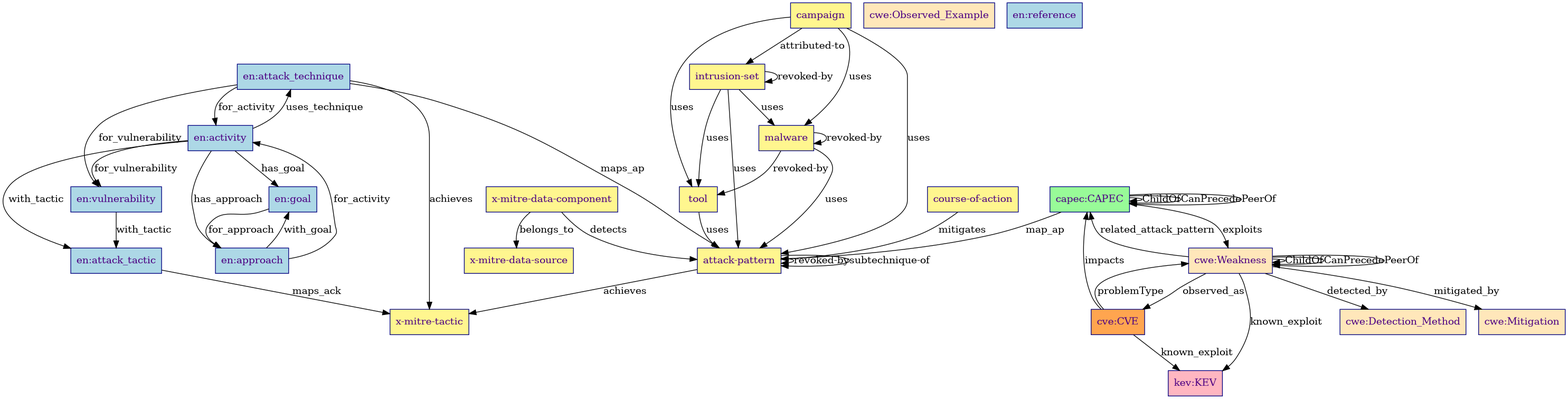
Earlier version of the Graphviz export tmpl_gen/sample-templ/2026-02-18/CTI-schema-target-2026-02.png (Athena-Software-Group/Glaukopis). Its source is kept beside it as tmpl_gen/sample-templ/2026-02-18/CTI-schema-target-2026-02.gv.
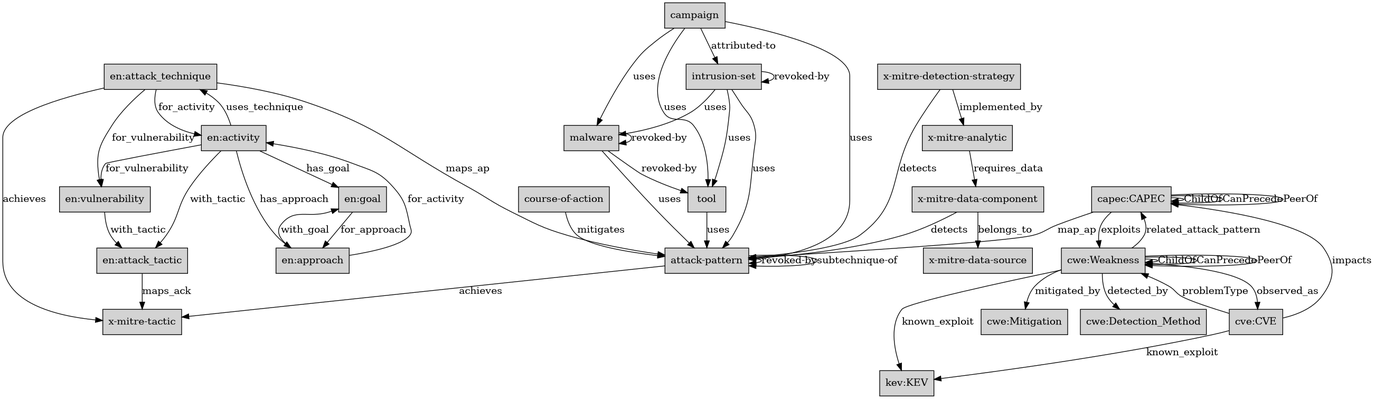
The same diagram one commit later.

What changed in the source:
```diff
@@ -1,30 +1,8 @@
 digraph schema_athena_cti {
     node [shape=box, style=filled];
-"attack-pattern" [color=navy, fontcolor=indigo, fillcolor=khaki1];
-"campaign" [color=navy, fontcolor=indigo, fillcolor=khaki1];
-"course-of-action" [color=navy, fontcolor=indigo, fillcolor=khaki1];
-"intrusion-set" [color=navy, fontcolor=indigo, fillcolor=khaki1];
-"malware" [color=navy, fontcolor=indigo, fillcolor=khaki1];
-"tool" [color=navy, fontcolor=indigo, fillcolor=khaki1];
-"x-mitre-data-component" [color=navy, fontcolor=indigo, fillcolor=khaki1];
-"x-mitre-tactic" [color=navy, fontcolor=indigo, fillcolor=khaki1];
-"x-mitre-data-source" [color=navy, fontcolor=indigo, fillcolor=khaki1];
-"cwe:Weakness" [color=navy, fontcolor=indigo, fillcolor=wheat1];
-"cwe:Detection_Method" [color=navy, fontcolor=indigo, fillcolor=wheat1];
-"cwe:Observed_Example" [color=navy, fontcolor=indigo, fillcolor=wheat1];
-"cwe:Mitigation" [color=navy, fontcolor=indigo, fillcolor=wheat1];
-"cve:CVE" [color=navy, fontcolor=indigo, fillcolor=tan1];
-"capec:CAPEC" [color=navy, fontcolor=indigo, fillcolor=palegreen];
-"en:goal" [color=navy, fontcolor=indigo, fillcolor=lightblue];
-"en:approach" [color=navy, fontcolor=indigo, fillcolor=lightblue];
-"en:activity" [color=navy, fontcolor=indigo, fillcolor=lightblue];
-"en:vulnerability" [color=navy, fontcolor=indigo, fillcolor=lightblue];
-"en:attack_technique" [color=navy, fontcolor=indigo, fillcolor=lightblue];
-"en:attack_tactic" [color=navy, fontcolor=indigo, fillcolor=lightblue];
-"en:reference" [color=navy, fontcolor=indigo, fillcolor=lightblue];
-"kev:KEV" [color=navy, fontcolor=indigo, fillcolor=lightpink];
 "attack-pattern" -> "attack-pattern" [label="revoked-by"];
 "attack-pattern" -> "attack-pattern" [label="subtechnique-of"];
+"attack-pattern" -> "x-mitre-tactic" [label="achieves"];
 "campaign" -> "intrusion-set" [label="attributed-to"];
 "campaign" -> "attack-pattern" [label="uses"];
 "campaign" -> "malware" [label="uses"];
@@ -40,7 +18,9 @@
 "tool" -> "attack-pattern" [label="uses"];
 "x-mitre-data-component" -> "attack-pattern" [label="detects"];
 "x-mitre-data-component" -> "x-mitre-data-source" [label="belongs_to"];
-"attack-pattern" -> "x-mitre-tactic" [label="achieves"];
+"x-mitre-detection-strategy" -> "attack-pattern" [label="detects"];
+"x-mitre-analytic" -> "x-mitre-data-component" [label="requires_data"];
+"x-mitre-detection-strategy" -> "x-mitre-analytic" [label="implemented_by"];
 "cwe:Weakness" -> "cwe:Weakness" [label="ChildOf"];
 "cwe:Weakness" -> "cwe:Weakness" [label="CanPrecede"];
 "cwe:Weakness" -> "cwe:Weakness" [label="PeerOf"];
```
